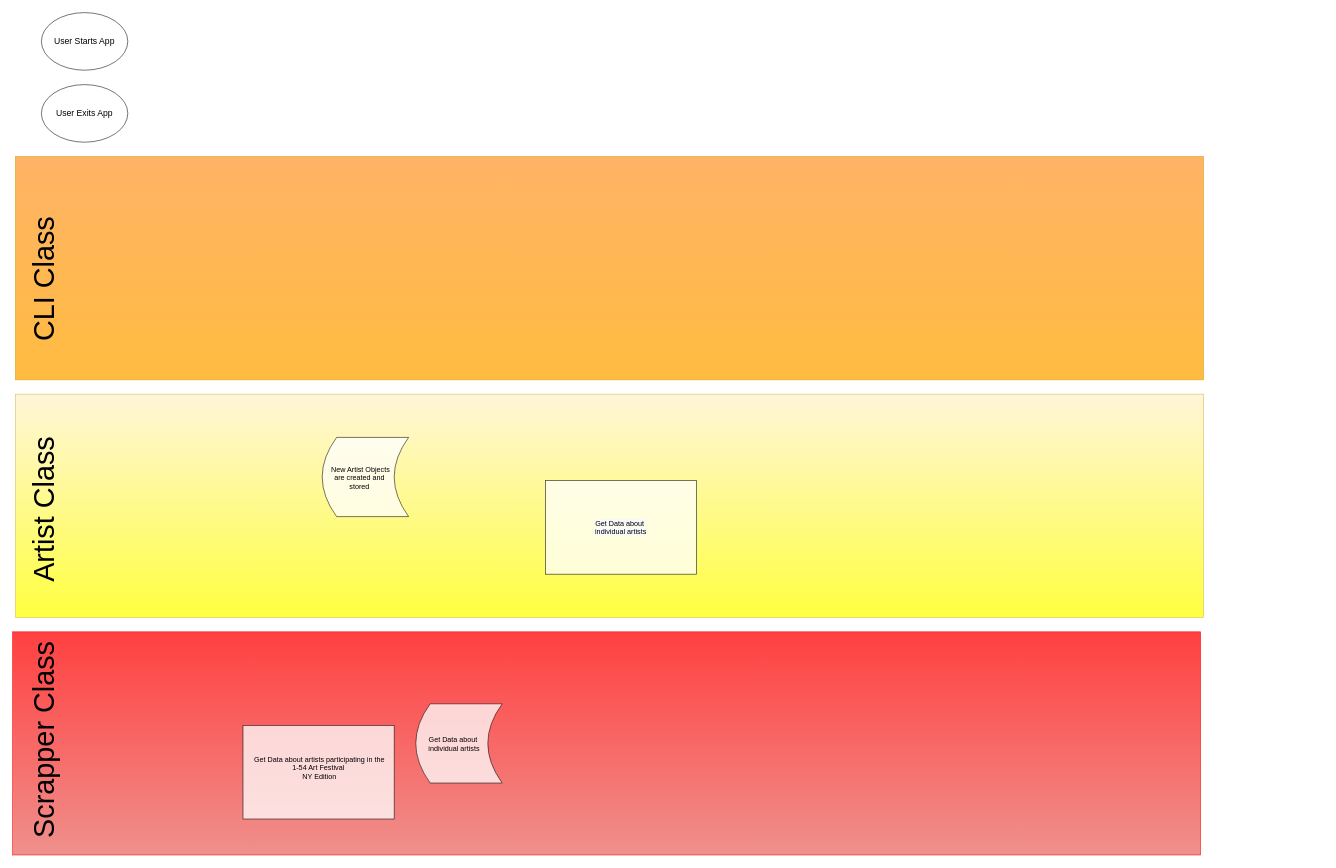
Above: Untitled Diagram.drawio in ivnicolas/1-54_Festival (draw.io), before the change. Source tidied: cells renumbered, new cells numbered last; positions are measured from the earlier drawing's top-left corner, leaving out a move shared by most shapes. Both pictures are drawn from the tidied source at 72%, with x=0, y=0 at pixel (-74, 12).
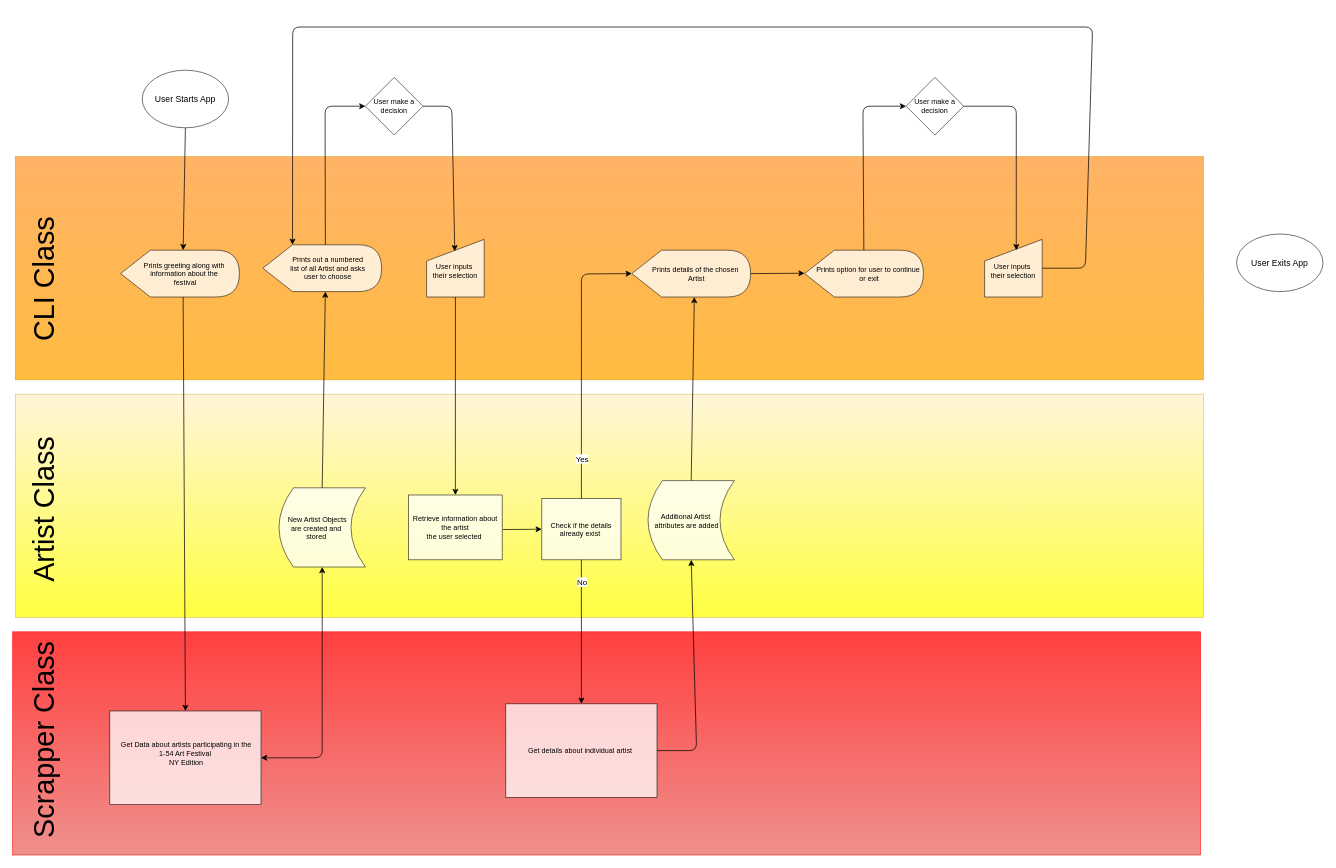
The same page after the edit.

Commit message:
1-54 User Flow

The change refers to these unchanged cells:
```xml
<mxCell id="4" style="rounded=0;whiteSpace=wrap;html=1;strokeColor=#d79b00;opacity=75;gradientColor=#ffa500;fillColor=#FF9933;" parent="1" vertex="1">
  <mxGeometry x="124" y="200" width="1650" height="310" as="geometry" />
</mxCell>
```

The edit, as a diff of the source:
```diff
@@
     <mxCell id="8" value="&lt;p style=&quot;font-size: 12px&quot;&gt;User Starts App&lt;/p&gt;" style="ellipse;whiteSpace=wrap;html=1;fontSize=50;opacity=75;fillColor=#FFFFFF;" parent="1" vertex="1">
-      <mxGeometry x="160" width="120" height="80" as="geometry" />
+      <mxGeometry x="300" y="80" width="120" height="80" as="geometry" />
     </mxCell>
     <mxCell id="9" value="&lt;p style=&quot;font-size: 12px&quot;&gt;User Exits App&lt;/p&gt;" style="ellipse;whiteSpace=wrap;html=1;fontSize=50;opacity=75;fillColor=#FFFFFF;" parent="1" vertex="1">
-      <mxGeometry x="160" y="100" width="120" height="80" as="geometry" />
+      <mxGeometry x="1820" y="307.5" width="120" height="80" as="geometry" />
     </mxCell>
     <mxCell id="10" value="New Artist Objects&#10;are created and &#10;stored " style="shape=dataStorage;fixedSize=1;strokeColor=#000000;fillColor=#FFFFFF;gradientColor=none;fontSize=10;opacity=75;align=center;verticalAlign=middle;whiteSpace=wrap;labelPosition=center;verticalLabelPosition=middle;spacingLeft=-13;spacingTop=2;" parent="1" vertex="1">
-      <mxGeometry x="550" y="590" width="120" height="110" as="geometry" />
+      <mxGeometry x="490" y="660" width="120" height="110" as="geometry" />
     </mxCell>
-    <mxCell id="11" value="Get Data about &#10;individual artists" style="shape=dataStorage;fixedSize=1;strokeColor=#000000;fillColor=#FFFFFF;gradientColor=none;fontSize=10;opacity=75;align=center;verticalAlign=middle;whiteSpace=wrap;labelPosition=center;verticalLabelPosition=middle;spacingLeft=-13;spacingTop=2;" parent="1" vertex="1">
-      <mxGeometry x="680" y="960" width="120" height="110" as="geometry" />
-    </mxCell>
     <mxCell id="12" value="&amp;nbsp;Get Data about artists participating in the&lt;br style=&quot;padding: 0px ; margin: 0px&quot;&gt;1-54 Art Festival&lt;br style=&quot;padding: 0px ; margin: 0px&quot;&gt;&amp;nbsp;NY Edition&lt;div style=&quot;padding: 0px ; margin: 0px&quot;&gt;&lt;br style=&quot;padding: 0px ; margin: 0px&quot;&gt;&lt;/div&gt;" style="rounded=0;whiteSpace=wrap;html=1;strokeColor=#000000;fillColor=#FFFFFF;gradientColor=none;fontSize=10;opacity=75;align=center;" parent="1" vertex="1">
-      <mxGeometry x="440" y="990" width="210" height="130" as="geometry" />
+      <mxGeometry x="255" y="970" width="210" height="130" as="geometry" />
     </mxCell>
-    <mxCell id="13" value="&lt;span style=&quot;color: rgb(0, 0, 0); font-family: helvetica; font-size: 10px; font-style: normal; font-weight: 400; letter-spacing: normal; text-align: center; text-indent: 0px; text-transform: none; word-spacing: 0px; background-color: rgb(248, 249, 250); display: inline; float: none;&quot;&gt;Get Data about&amp;nbsp;&lt;/span&gt;&lt;br style=&quot;padding: 0px; margin: 0px; color: rgb(0, 0, 0); font-family: helvetica; font-size: 10px; font-style: normal; font-weight: 400; letter-spacing: normal; text-align: center; text-indent: 0px; text-transform: none; word-spacing: 0px; background-color: rgb(248, 249, 250);&quot;&gt;&lt;span style=&quot;color: rgb(0, 0, 0); font-family: helvetica; font-size: 10px; font-style: normal; font-weight: 400; letter-spacing: normal; text-align: center; text-indent: 0px; text-transform: none; word-spacing: 0px; background-color: rgb(248, 249, 250); display: inline; float: none;&quot;&gt;individual artists&lt;/span&gt;" style="rounded=0;whiteSpace=wrap;html=1;strokeColor=#000000;fillColor=#FFFFFF;gradientColor=none;fontSize=10;opacity=75;align=center;" parent="1" vertex="1">
-      <mxGeometry x="860" y="650" width="210" height="130" as="geometry" />
+    <mxCell id="13" value="&lt;font face=&quot;helvetica&quot;&gt;Get details about individual artist&amp;nbsp;&lt;/font&gt;" style="rounded=0;whiteSpace=wrap;html=1;strokeColor=#000000;fillColor=#FFFFFF;gradientColor=none;fontSize=10;opacity=75;align=center;" parent="1" vertex="1">
+      <mxGeometry x="805" y="960" width="210" height="130" as="geometry" />
     </mxCell>
+    <mxCell id="14" value="Prints greeting along with&amp;nbsp;&lt;br&gt;information about the&amp;nbsp;&lt;br&gt;festival" style="shape=display;whiteSpace=wrap;html=1;strokeColor=#000000;fillColor=#FFFFFF;gradientColor=none;fontSize=10;opacity=75;align=center;spacingLeft=15;" parent="1" vertex="1">
+      <mxGeometry x="270" y="330" width="165" height="65" as="geometry" />
+    </mxCell>
+    <mxCell id="15" value="Additional Artist &#10;attributes are added" style="shape=dataStorage;fixedSize=1;strokeColor=#000000;fillColor=#FFFFFF;gradientColor=none;fontSize=10;opacity=75;align=center;verticalAlign=middle;whiteSpace=wrap;labelPosition=center;verticalLabelPosition=middle;spacingLeft=-13;spacingTop=2;" parent="1" vertex="1">
+      <mxGeometry x="1002.5" y="650" width="120" height="110" as="geometry" />
+    </mxCell>
+    <mxCell id="16" value="Prints out a numbered&lt;br&gt;list of all Artist and asks&lt;br&gt;user to choose" style="shape=display;whiteSpace=wrap;html=1;strokeColor=#000000;fillColor=#FFFFFF;gradientColor=none;fontSize=10;opacity=75;align=center;spacingLeft=15;" parent="1" vertex="1">
+      <mxGeometry x="467.5" y="322.5" width="165" height="65" as="geometry" />
+    </mxCell>
+    <mxCell id="17" value="Prints details of the chosen&amp;nbsp;&lt;br&gt;Artist" style="shape=display;whiteSpace=wrap;html=1;strokeColor=#000000;fillColor=#FFFFFF;gradientColor=none;fontSize=10;opacity=75;align=center;spacingLeft=15;" parent="1" vertex="1">
+      <mxGeometry x="980" y="330" width="165" height="65" as="geometry" />
+    </mxCell>
+    <mxCell id="18" value="User inputs&amp;nbsp;&lt;br&gt;their selection" style="shape=manualInput;whiteSpace=wrap;html=1;strokeColor=#000000;fillColor=#FFFFFF;gradientColor=none;fontSize=10;opacity=75;align=center;spacingBottom=-7;" parent="1" vertex="1">
+      <mxGeometry x="695" y="315" width="80" height="80" as="geometry" />
+    </mxCell>
+    <mxCell id="19" value="Prints option for user to continue&amp;nbsp;&lt;br&gt;or exit" style="shape=display;whiteSpace=wrap;html=1;strokeColor=#000000;fillColor=#FFFFFF;gradientColor=none;fontSize=10;opacity=75;align=center;spacingLeft=15;" parent="1" vertex="1">
+      <mxGeometry x="1220" y="330" width="165" height="65" as="geometry" />
+    </mxCell>
+    <mxCell id="20" value="User inputs&amp;nbsp;&lt;br&gt;their selection" style="shape=manualInput;whiteSpace=wrap;html=1;strokeColor=#000000;fillColor=#FFFFFF;gradientColor=none;fontSize=10;opacity=75;align=center;spacingBottom=-7;" parent="1" vertex="1">
+      <mxGeometry x="1470" y="315" width="80" height="80" as="geometry" />
+    </mxCell>
+    <mxCell id="21" value="User make a&lt;br&gt;decision" style="rhombus;whiteSpace=wrap;html=1;strokeColor=#000000;fillColor=#FFFFFF;gradientColor=none;fontSize=10;opacity=75;align=center;" parent="1" vertex="1">
+      <mxGeometry x="610" y="90" width="80" height="80" as="geometry" />
+    </mxCell>
+    <mxCell id="22" value="User make a&lt;br&gt;decision" style="rhombus;whiteSpace=wrap;html=1;strokeColor=#000000;fillColor=#FFFFFF;gradientColor=none;fontSize=10;opacity=75;align=center;" parent="1" vertex="1">
+      <mxGeometry x="1361" y="90" width="80" height="80" as="geometry" />
+    </mxCell>
+    <mxCell id="23" value="&lt;font face=&quot;helvetica&quot;&gt;Retrieve information about the artist&lt;br&gt;&lt;/font&gt;the user selected&amp;nbsp;" style="rounded=0;whiteSpace=wrap;html=1;strokeColor=#000000;fillColor=#FFFFFF;gradientColor=none;fontSize=10;opacity=75;align=center;" parent="1" vertex="1">
+      <mxGeometry x="670" y="670" width="130" height="90" as="geometry" />
+    </mxCell>
+    <mxCell id="24" value="&lt;font face=&quot;helvetica&quot;&gt;Check if the details already exist&amp;nbsp;&lt;/font&gt;" style="rounded=0;whiteSpace=wrap;html=1;strokeColor=#000000;fillColor=#FFFFFF;gradientColor=none;fontSize=10;opacity=75;align=center;" parent="1" vertex="1">
+      <mxGeometry x="855" y="675" width="110" height="85" as="geometry" />
+    </mxCell>
+    <mxCell id="25" style="endArrow=classic;html=1;fontSize=10;exitX=0.5;exitY=1;exitDx=0;exitDy=0;entryX=0;entryY=0;entryDx=86.875;entryDy=0;entryPerimeter=0;" parent="1" edge="1" source="8" target="14">
+      <mxGeometry relative="1" as="geometry" />
+    </mxCell>
+    <mxCell id="26" style="endArrow=classic;html=1;fontSize=10;exitX=0;exitY=0;exitDx=86.875;exitDy=65;exitPerimeter=0;entryX=0.5;entryY=0;entryDx=0;entryDy=0;" parent="1" edge="1" source="14" target="12">
+      <mxGeometry relative="1" as="geometry" />
+    </mxCell>
+    <mxCell id="27" style="endArrow=classic;startArrow=classic;html=1;fontSize=10;exitX=1;exitY=0.5;exitDx=0;exitDy=0;" parent="1" edge="1" source="12" target="10">
+      <mxGeometry relative="1" as="geometry">
+        <Array as="points">
+          <mxPoint x="550" y="1035" />
+        </Array>
+      </mxGeometry>
+    </mxCell>
+    <mxCell id="28" style="endArrow=classic;html=1;fontSize=10;exitX=0.5;exitY=0;exitDx=0;exitDy=0;entryX=0;entryY=0;entryDx=86.875;entryDy=65;entryPerimeter=0;" parent="1" edge="1" source="10" target="16">
+      <mxGeometry relative="1" as="geometry" />
+    </mxCell>
+    <mxCell id="29" style="endArrow=classic;html=1;fontSize=10;exitX=0;exitY=0;exitDx=86.875;exitDy=0;exitPerimeter=0;entryX=0;entryY=0.5;entryDx=0;entryDy=0;" parent="1" edge="1" source="16" target="21">
+      <mxGeometry relative="1" as="geometry">
+        <Array as="points">
+          <mxPoint x="554" y="130" />
+        </Array>
+      </mxGeometry>
+    </mxCell>
+    <mxCell id="30" style="endArrow=classic;html=1;fontSize=10;exitX=1;exitY=0.5;exitDx=0;exitDy=0;entryX=0.489;entryY=0.205;entryDx=0;entryDy=0;entryPerimeter=0;" parent="1" edge="1" source="21" target="18">
+      <mxGeometry relative="1" as="geometry">
+        <Array as="points">
+          <mxPoint x="730" y="130" />
+        </Array>
+      </mxGeometry>
+    </mxCell>
+    <mxCell id="31" style="endArrow=classic;html=1;fontSize=10;exitX=0.5;exitY=1;exitDx=0;exitDy=0;entryX=0.5;entryY=0;entryDx=0;entryDy=0;" parent="1" edge="1" source="18" target="23">
+      <mxGeometry relative="1" as="geometry" />
+    </mxCell>
+    <mxCell id="32" style="endArrow=classic;html=1;fontSize=10;entryX=0;entryY=0.5;entryDx=0;entryDy=0;" parent="1" edge="1" target="24">
+      <mxGeometry relative="1" as="geometry">
+        <mxPoint x="801" y="718" as="sourcePoint" />
+      </mxGeometry>
+    </mxCell>
+    <mxCell id="33" style="endArrow=classic;html=1;fontSize=10;exitX=0.5;exitY=1;exitDx=0;exitDy=0;entryX=0.5;entryY=0;entryDx=0;entryDy=0;" parent="1" edge="1" source="24" target="13">
+      <mxGeometry relative="1" as="geometry" />
+    </mxCell>
+    <mxCell id="34" value="No" style="edgeLabel;html=1;align=center;verticalAlign=middle;" parent="33" vertex="1">
+      <mxGeometry relative="1" as="geometry">
+        <mxPoint y="-70" as="offset" />
+      </mxGeometry>
+    </mxCell>
+    <mxCell id="35" style="endArrow=classic;html=1;fontSize=10;exitX=0.5;exitY=0;exitDx=0;exitDy=0;entryX=0;entryY=0.5;entryDx=0;entryDy=0;entryPerimeter=0;" parent="1" edge="1" source="24" target="17">
+      <mxGeometry relative="1" as="geometry">
+        <Array as="points">
+          <mxPoint x="910" y="363" />
+        </Array>
+      </mxGeometry>
+    </mxCell>
+    <mxCell id="36" value="Yes" style="edgeLabel;html=1;align=center;verticalAlign=middle;" parent="35" vertex="1">
+      <mxGeometry relative="1" as="geometry">
+        <mxPoint y="135" as="offset" />
+      </mxGeometry>
+    </mxCell>
+    <mxCell id="37" style="endArrow=classic;html=1;fontSize=10;exitX=1;exitY=0.5;exitDx=0;exitDy=0;entryX=0.5;entryY=1;entryDx=0;entryDy=0;" parent="1" edge="1" source="13" target="15">
+      <mxGeometry relative="1" as="geometry">
+        <Array as="points">
+          <mxPoint x="1070" y="1025" />
+        </Array>
+      </mxGeometry>
+    </mxCell>
+    <mxCell id="38" style="endArrow=classic;html=1;fontSize=10;exitX=0.5;exitY=0;exitDx=0;exitDy=0;entryX=0;entryY=0;entryDx=86.875;entryDy=65;entryPerimeter=0;" parent="1" edge="1" source="15" target="17">
+      <mxGeometry relative="1" as="geometry" />
+    </mxCell>
+    <mxCell id="39" style="endArrow=classic;html=1;fontSize=10;exitX=1;exitY=0.5;exitDx=0;exitDy=0;exitPerimeter=0;entryX=0.664;entryY=0.524;entryDx=0;entryDy=0;entryPerimeter=0;" parent="1" edge="1" source="17" target="4">
+      <mxGeometry relative="1" as="geometry">
+        <Array as="points">
+          <mxPoint x="1220" y="362" />
+        </Array>
+      </mxGeometry>
+    </mxCell>
+    <mxCell id="40" style="endArrow=classic;html=1;fontSize=10;entryX=0;entryY=0.5;entryDx=0;entryDy=0;" parent="1" edge="1" source="19" target="22">
+      <mxGeometry relative="1" as="geometry">
+        <Array as="points">
+          <mxPoint x="1301" y="130" />
+        </Array>
+      </mxGeometry>
+    </mxCell>
+    <mxCell id="41" style="endArrow=classic;html=1;fontSize=10;exitX=1;exitY=0.5;exitDx=0;exitDy=0;" parent="1" edge="1" source="22">
+      <mxGeometry relative="1" as="geometry">
+        <mxPoint x="1514" y="330" as="targetPoint" />
+        <Array as="points">
+          <mxPoint x="1514" y="130" />
+        </Array>
+      </mxGeometry>
+    </mxCell>
+    <mxCell id="42" style="endArrow=classic;html=1;fontSize=10;exitX=1;exitY=0.5;exitDx=0;exitDy=0;entryX=0;entryY=0;entryDx=41.25;entryDy=0;entryPerimeter=0;" parent="1" edge="1" source="20" target="16">
+      <mxGeometry relative="1" as="geometry">
+        <Array as="points">
+          <mxPoint x="1610" y="355" />
+          <mxPoint x="1620" y="20" />
+          <mxPoint x="509" y="20" />
+        </Array>
+      </mxGeometry>
+    </mxCell>
```
